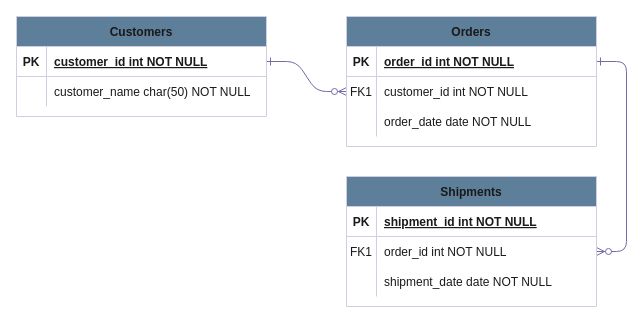
The draw.io diagram Untitled Diagram.drawio in rivopelu/api-service-myworship, before the edit. Source tidied: cells renumbered, new cells numbered last; positions are measured from the earlier drawing's top-left corner, leaving out a move shared by most shapes. Both pictures are drawn from the tidied source at 100%, with x=0, y=0 at pixel (16, 16).
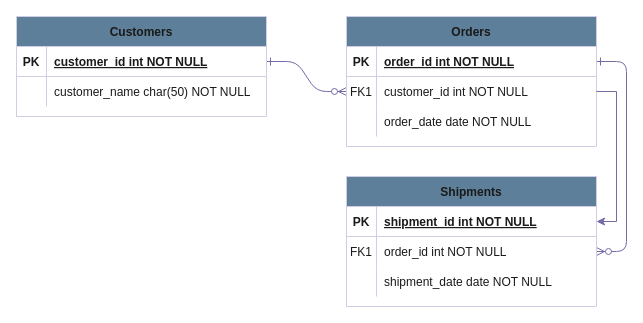
Above is the later version.

The change refers to these unchanged cells:
```xml
<mxCell id="8" style="shape=partialRectangle;fillColor=none;points=[[0,0.5],[1,0.5]];portConstraint=eastwest;top=0;left=0;right=0;bottom=0;labelBackgroundColor=none;strokeColor=#D0CEE2;fontColor=#1A1A1A;" parent="4" vertex="1">
  <mxGeometry y="60" width="250" height="30" as="geometry" />
</mxCell>
<mxCell id="15" style="shape=partialRectangle;fillColor=none;points=[[0,0.5],[1,0.5]];portConstraint=eastwest;top=0;left=0;right=0;bottom=1;labelBackgroundColor=none;strokeColor=#D0CEE2;fontColor=#1A1A1A;" parent="14" vertex="1">
  <mxGeometry y="30" width="250" height="30" as="geometry" />
</mxCell>
```

Diff of the diagram source:
```diff
@@
+    <mxCell id="31" style="edgeStyle=orthogonalEdgeStyle;rounded=0;jettySize=auto;html=1;exitX=1;exitY=0.5;exitDx=0;exitDy=0;strokeColor=#736CA8;fontColor=#1A1A1A;" parent="1" edge="1" source="8" target="15">
+      <mxGeometry relative="1" as="geometry" />
+    </mxCell>
```
